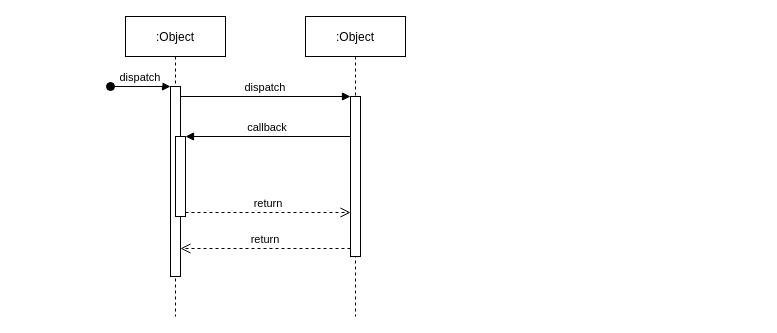
This is computer/Untitled Diagram.drawio from liufbox/doc, a draw.io file, before an edit. Source tidied: cells renumbered, new cells numbered last; positions are measured from the earlier drawing's top-left corner, leaving out a move shared by most shapes. Both pictures are drawn from the tidied source at 100%, with x=0, y=0 at pixel (110, 16).
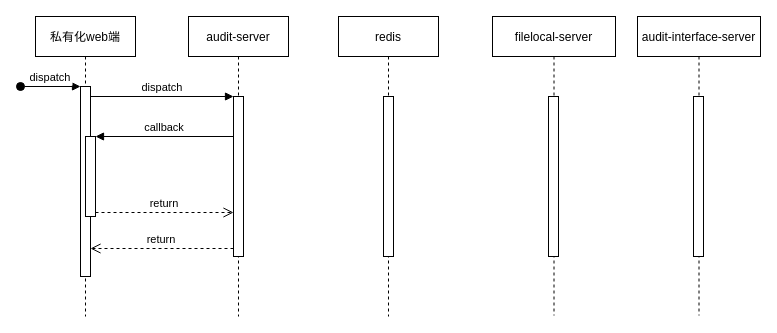
Above is the later version.

The edit, as a diff of the source:
```diff
@@
 <mxGraphModel>
   <root>
     <mxCell id="0" />
     <mxCell id="1" parent="0" />
-    <mxCell id="2" value=":Object" style="shape=umlLifeline;perimeter=lifelinePerimeter;rounded=0;shadow=0;strokeWidth=1;" parent="1" vertex="1">
-      <mxGeometry x="15" width="100" height="300" as="geometry" />
+    <mxCell id="2" value="私有化web端" style="shape=umlLifeline;perimeter=lifelinePerimeter;rounded=0;shadow=0;strokeWidth=1;" parent="1" vertex="1">
+      <mxGeometry x="-75" width="100" height="300" as="geometry" />
     </mxCell>
     <mxCell id="3" style="points=[];perimeter=orthogonalPerimeter;rounded=0;shadow=0;strokeWidth=1;" parent="2" vertex="1">
       <mxGeometry x="45" y="70" width="10" height="190" as="geometry" />
     </mxCell>
     <mxCell id="4" value="dispatch" style="verticalAlign=bottom;startArrow=oval;endArrow=block;startSize=8;shadow=0;strokeWidth=1;" parent="2" edge="1" target="3">
       <mxGeometry relative="1" as="geometry">
         <mxPoint x="-15" y="70" as="sourcePoint" />
       </mxGeometry>
     </mxCell>
     <mxCell id="5" style="points=[];perimeter=orthogonalPerimeter;rounded=0;shadow=0;strokeWidth=1;" parent="2" vertex="1">
       <mxGeometry x="50" y="120" width="10" height="80" as="geometry" />
     </mxCell>
-    <mxCell id="6" value=":Object" style="shape=umlLifeline;perimeter=lifelinePerimeter;rounded=0;shadow=0;strokeWidth=1;" parent="1" vertex="1">
-      <mxGeometry x="195" width="100" height="300" as="geometry" />
+    <mxCell id="6" value="audit-server" style="shape=umlLifeline;perimeter=lifelinePerimeter;rounded=0;shadow=0;strokeWidth=1;" parent="1" vertex="1">
+      <mxGeometry x="78" width="100" height="300" as="geometry" />
     </mxCell>
     <mxCell id="7" style="points=[];perimeter=orthogonalPerimeter;rounded=0;shadow=0;strokeWidth=1;" parent="6" vertex="1">
       <mxGeometry x="45" y="80" width="10" height="160" as="geometry" />
     </mxCell>
     <mxCell id="8" value="return" style="verticalAlign=bottom;endArrow=open;dashed=1;endSize=8;exitX=0;exitY=0.95;shadow=0;strokeWidth=1;" parent="1" edge="1" source="7" target="3">
       <mxGeometry relative="1" as="geometry" />
     </mxCell>
     <mxCell id="9" value="dispatch" style="verticalAlign=bottom;endArrow=block;entryX=0;entryY=0;shadow=0;strokeWidth=1;" parent="1" edge="1" source="3" target="7">
       <mxGeometry relative="1" as="geometry" />
     </mxCell>
     <mxCell id="10" value="callback" style="verticalAlign=bottom;endArrow=block;entryX=1;entryY=0;shadow=0;strokeWidth=1;" parent="1" edge="1" source="7" target="5">
       <mxGeometry relative="1" as="geometry" />
     </mxCell>
     <mxCell id="11" value="return" style="verticalAlign=bottom;endArrow=open;dashed=1;endSize=8;exitX=1;exitY=0.95;shadow=0;strokeWidth=1;" parent="1" edge="1" source="5" target="7">
       <mxGeometry relative="1" as="geometry" />
     </mxCell>
+    <mxCell id="12" value="redis" style="shape=umlLifeline;perimeter=lifelinePerimeter;rounded=0;shadow=0;strokeWidth=1;" parent="1" vertex="1">
+      <mxGeometry x="228" width="100" height="300" as="geometry" />
+    </mxCell>
+    <mxCell id="13" style="perimeter=orthogonalPerimeter;rounded=0;shadow=0;strokeWidth=1;" parent="12" vertex="1">
+      <mxGeometry x="45" y="80" width="10" height="160" as="geometry" />
+    </mxCell>
+    <mxCell id="14" value="filelocal-server" style="shape=umlLifeline;perimeter=lifelinePerimeter;rounded=0;shadow=0;strokeWidth=1;" parent="1" vertex="1">
+      <mxGeometry x="382" width="123" height="299" as="geometry" />
+    </mxCell>
+    <mxCell id="15" style="perimeter=orthogonalPerimeter;rounded=0;shadow=0;strokeWidth=1;" parent="14" vertex="1">
+      <mxGeometry x="56" y="80" width="10" height="160" as="geometry" />
+    </mxCell>
+    <mxCell id="16" value="audit-interface-server" style="shape=umlLifeline;perimeter=lifelinePerimeter;rounded=0;shadow=0;strokeWidth=1;" parent="1" vertex="1">
+      <mxGeometry x="527" width="123" height="299" as="geometry" />
+    </mxCell>
+    <mxCell id="17" style="perimeter=orthogonalPerimeter;rounded=0;shadow=0;strokeWidth=1;" parent="16" vertex="1">
+      <mxGeometry x="56" y="80" width="10" height="160" as="geometry" />
+    </mxCell>
   </root>
 </mxGraphModel>
```
